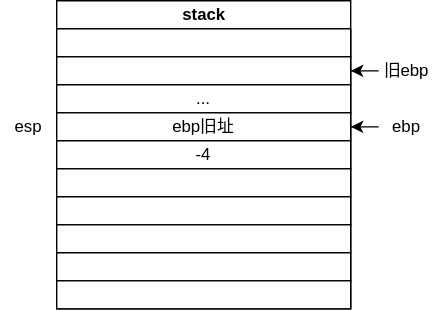
The draw.io diagram drawio/x86callFunc.drawio.svg in Stolorzs/Picgo, before a commit. Source tidied: cells renumbered, new cells last; positions are measured from the earlier drawing's top-left corner, leaving out a move shared by most shapes.
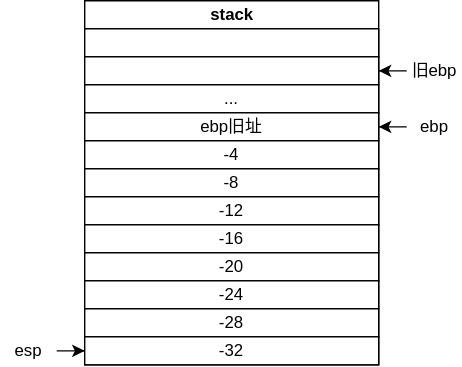
The same file after the commit.

Change to the diagram source:
```diff
@@ -3,7 +3,7 @@
     <mxCell id="0" />
     <mxCell id="1" parent="0" />
     <mxCell id="2" value="stack" style="swimlane;horizontal=1;startSize=20;html=1;" parent="1" vertex="1">
-      <mxGeometry x="40" width="210" height="220" as="geometry" />
+      <mxGeometry x="40" width="210" height="260" as="geometry" />
     </mxCell>
     <mxCell id="3" style="rounded=0;whiteSpace=wrap;html=1;" parent="2" vertex="1">
       <mxGeometry y="20" width="210" height="20" as="geometry" />
@@ -20,23 +20,32 @@
     <mxCell id="7" value="-4" style="rounded=0;whiteSpace=wrap;html=1;" parent="2" vertex="1">
       <mxGeometry y="100" width="210" height="20" as="geometry" />
     </mxCell>
-    <mxCell id="8" style="rounded=0;whiteSpace=wrap;html=1;" parent="2" vertex="1">
+    <mxCell id="8" value="-8" style="rounded=0;whiteSpace=wrap;html=1;" parent="2" vertex="1">
       <mxGeometry y="120" width="210" height="20" as="geometry" />
     </mxCell>
-    <mxCell id="9" style="rounded=0;whiteSpace=wrap;html=1;" parent="2" vertex="1">
+    <mxCell id="9" value="-12" style="rounded=0;whiteSpace=wrap;html=1;" parent="2" vertex="1">
       <mxGeometry y="140" width="210" height="20" as="geometry" />
     </mxCell>
-    <mxCell id="10" style="rounded=0;whiteSpace=wrap;html=1;" parent="2" vertex="1">
+    <mxCell id="10" value="-16" style="rounded=0;whiteSpace=wrap;html=1;" parent="2" vertex="1">
       <mxGeometry y="160" width="210" height="20" as="geometry" />
     </mxCell>
-    <mxCell id="11" style="rounded=0;whiteSpace=wrap;html=1;" parent="2" vertex="1">
+    <mxCell id="11" value="-20" style="rounded=0;whiteSpace=wrap;html=1;" parent="2" vertex="1">
       <mxGeometry y="180" width="210" height="20" as="geometry" />
     </mxCell>
-    <mxCell id="12" style="rounded=0;whiteSpace=wrap;html=1;" parent="2" vertex="1">
+    <mxCell id="12" value="-24" style="rounded=0;whiteSpace=wrap;html=1;" parent="2" vertex="1">
       <mxGeometry y="200" width="210" height="20" as="geometry" />
     </mxCell>
+    <mxCell id="18" value="-28" style="rounded=0;whiteSpace=wrap;html=1;" parent="2" vertex="1">
+      <mxGeometry y="220" width="210" height="20" as="geometry" />
+    </mxCell>
+    <mxCell id="19" value="-32" style="rounded=0;whiteSpace=wrap;html=1;" parent="2" vertex="1">
+      <mxGeometry y="240" width="210" height="20" as="geometry" />
+    </mxCell>
+    <mxCell id="20" style="edgeStyle=orthogonalEdgeStyle;rounded=0;jettySize=auto;html=1;" parent="1" edge="1" source="13" target="19">
+      <mxGeometry relative="1" as="geometry" />
+    </mxCell>
     <mxCell id="13" value="esp" style="text;html=1;align=center;verticalAlign=middle;whiteSpace=wrap;rounded=0;" parent="1" vertex="1">
-      <mxGeometry y="80" width="40" height="20" as="geometry" />
+      <mxGeometry x="-20" y="240" width="40" height="20" as="geometry" />
     </mxCell>
     <mxCell id="14" style="edgeStyle=orthogonalEdgeStyle;rounded=0;jettySize=auto;html=1;" parent="1" edge="1" source="15" target="6">
       <mxGeometry relative="1" as="geometry" />
```
